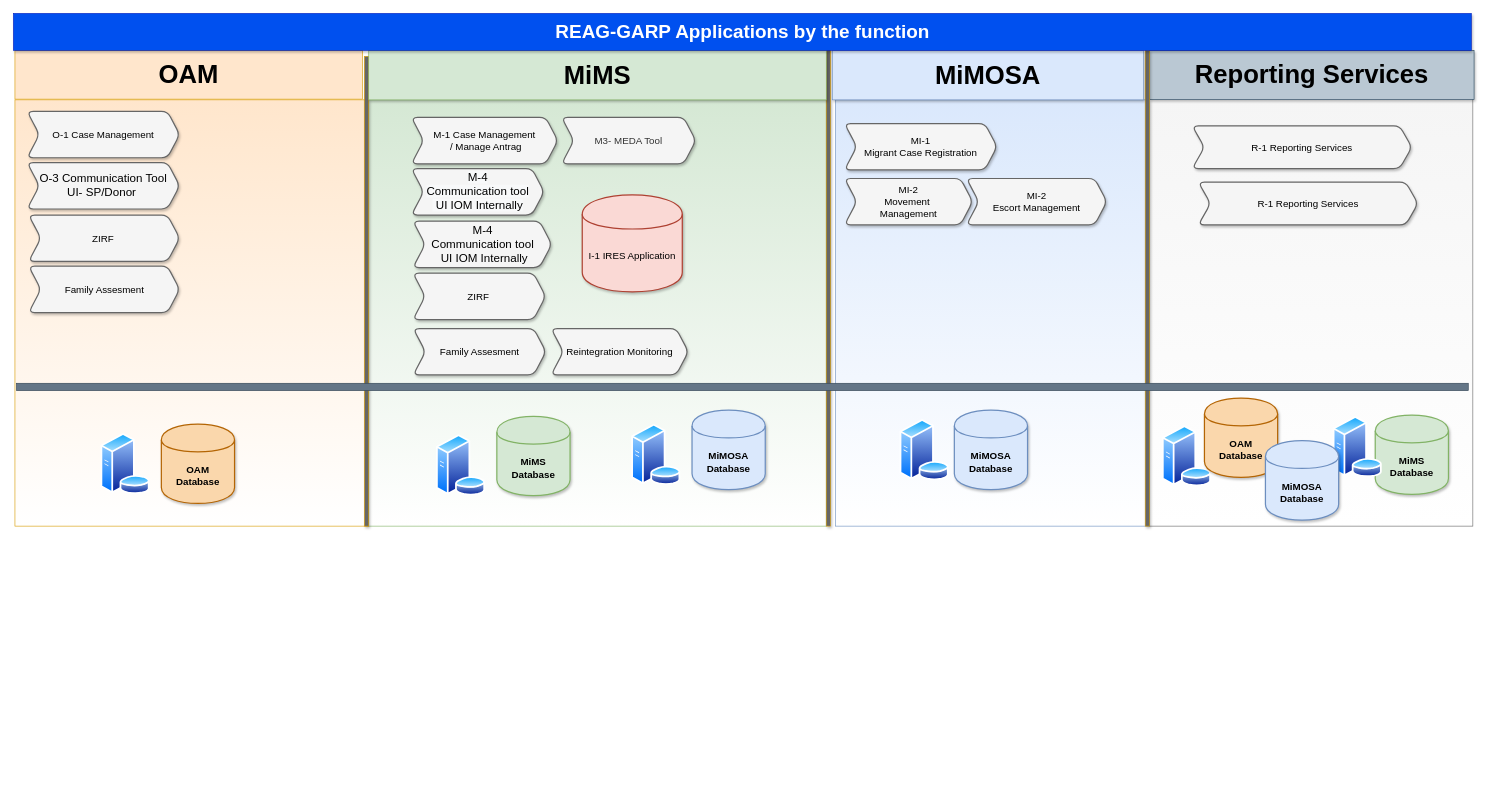
Before: page "Applications/Functions" (9 of 9) of IOM-IM-Diagram.drawio in muhip1/azure-streaminganalytics-SQLdb-PowerBi-Grafana-tutorial, a draw.io diagram. Source tidied: cells renumbered, new cells numbered last; positions are measured from the earlier drawing's top-left corner, leaving out a move shared by most shapes. Both pictures are drawn from the tidied source at 61%, with x=0, y=0 at pixel (13, 13).
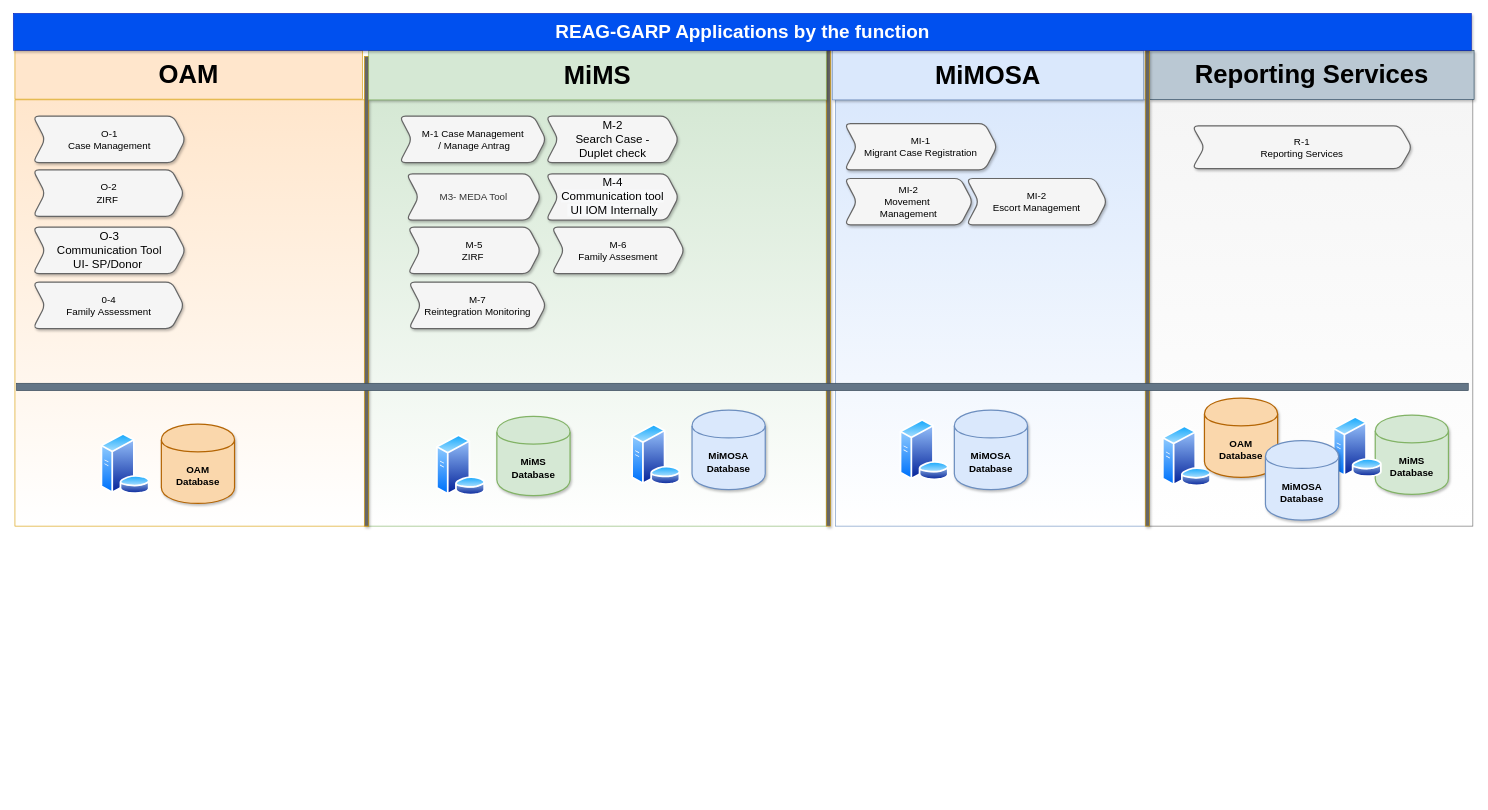
The same page after the edit.

Change to the diagram source:
```diff
@@
-    <mxCell id="14" value="&lt;span style=&quot;color: rgb(0, 0, 0); font-size: 16px;&quot;&gt;ZIRF&amp;nbsp;&lt;/span&gt;" style="shape=step;perimeter=stepPerimeter;whiteSpace=wrap;html=1;fixedSize=1;rounded=1;shadow=1;strokeColor=#666666;strokeWidth=2;fillColor=#f5f5f5;fontColor=#333333;fontSize=16;fontStyle=0;" parent="1" vertex="1">
-      <mxGeometry x="24.5" y="330" width="247.5" height="76.1" as="geometry" />
+    <mxCell id="14" value="&lt;span style=&quot;color: rgb(0 , 0 , 0) ; font-size: 16px&quot;&gt;O-2 &lt;br&gt;ZIRF&amp;nbsp;&lt;/span&gt;" style="shape=step;perimeter=stepPerimeter;whiteSpace=wrap;html=1;fixedSize=1;rounded=1;shadow=1;strokeColor=#666666;strokeWidth=2;fillColor=#f5f5f5;fontColor=#333333;fontSize=16;fontStyle=0;" parent="1" vertex="1">
+      <mxGeometry x="31.5" y="256.1" width="247.5" height="76.1" as="geometry" />
     </mxCell>
@@
-    <mxCell id="16" value="&lt;span style=&quot;font-size: 19px ; color: rgb(0 , 0 , 0)&quot;&gt;O-3 Communication Tool&lt;/span&gt;&lt;br style=&quot;font-size: 19px ; color: rgb(0 , 0 , 0)&quot;&gt;&lt;span style=&quot;font-size: 19px ; color: rgb(0 , 0 , 0)&quot;&gt;UI- SP/Donor&amp;nbsp;&lt;/span&gt;" style="shape=step;perimeter=stepPerimeter;whiteSpace=wrap;html=1;fixedSize=1;rounded=1;shadow=1;strokeColor=#666666;strokeWidth=2;fillColor=#f5f5f5;fontColor=#333333;fontSize=16;fontStyle=0;" parent="1" vertex="1">
-      <mxGeometry x="22" y="244" width="250" height="76.1" as="geometry" />
+    <mxCell id="16" value="&lt;span style=&quot;font-size: 19px ; color: rgb(0 , 0 , 0)&quot;&gt;O-3 &lt;br&gt;Communication Tool&lt;/span&gt;&lt;br style=&quot;font-size: 19px ; color: rgb(0 , 0 , 0)&quot;&gt;&lt;span style=&quot;font-size: 19px ; color: rgb(0 , 0 , 0)&quot;&gt;UI- SP/Donor&amp;nbsp;&lt;/span&gt;" style="shape=step;perimeter=stepPerimeter;whiteSpace=wrap;html=1;fixedSize=1;rounded=1;shadow=1;strokeColor=#666666;strokeWidth=2;fillColor=#f5f5f5;fontColor=#333333;fontSize=16;fontStyle=0;" parent="1" vertex="1">
+      <mxGeometry x="31.5" y="350" width="250" height="76.1" as="geometry" />
     </mxCell>
-    <mxCell id="17" value="&lt;span style=&quot;color: rgb(0, 0, 0); font-size: 16px;&quot;&gt;O-1 Case Management&lt;/span&gt;" style="shape=step;perimeter=stepPerimeter;whiteSpace=wrap;html=1;fixedSize=1;rounded=1;shadow=1;strokeColor=#666666;strokeWidth=2;fillColor=#f5f5f5;fontColor=#333333;fontSize=16;fontStyle=0;" parent="1" vertex="1">
-      <mxGeometry x="22" y="160" width="250" height="76.1" as="geometry" />
+    <mxCell id="17" value="&lt;span style=&quot;color: rgb(0 , 0 , 0) ; font-size: 16px&quot;&gt;O-1 &lt;br&gt;Case Management&lt;/span&gt;" style="shape=step;perimeter=stepPerimeter;whiteSpace=wrap;html=1;fixedSize=1;rounded=1;shadow=1;strokeColor=#666666;strokeWidth=2;fillColor=#f5f5f5;fontColor=#333333;fontSize=16;fontStyle=0;" parent="1" vertex="1">
+      <mxGeometry x="31.5" y="167.9" width="250" height="76.1" as="geometry" />
     </mxCell>
     <mxCell id="18" value="&lt;span style=&quot;color: rgb(0, 0, 0); font-size: 16px;&quot;&gt;M-1 Case Management&lt;br style=&quot;font-size: 16px;&quot;&gt;&amp;nbsp;/ Manage Antrag&lt;/span&gt;" style="shape=step;perimeter=stepPerimeter;whiteSpace=wrap;html=1;fixedSize=1;rounded=1;shadow=1;strokeColor=#666666;strokeWidth=2;fillColor=#f5f5f5;fontColor=#333333;fontSize=16;fontStyle=0;" parent="1" vertex="1">
-      <mxGeometry x="652" y="170" width="240" height="76.1" as="geometry" />
+      <mxGeometry x="632.5" y="167.9" width="240" height="76.1" as="geometry" />
     </mxCell>
-    <mxCell id="19" value="&lt;span style=&quot;color: rgb(0, 0, 0); font-size: 16px;&quot;&gt;Reintegration Monitoring&lt;/span&gt;" style="shape=step;perimeter=stepPerimeter;whiteSpace=wrap;html=1;fixedSize=1;rounded=1;shadow=1;strokeColor=#666666;strokeWidth=2;fillColor=#f5f5f5;fontColor=#333333;fontSize=16;fontStyle=0;" parent="1" vertex="1">
-      <mxGeometry x="881" y="516.1" width="225" height="76.1" as="geometry" />
+    <mxCell id="19" value="&lt;span style=&quot;color: rgb(0 , 0 , 0) ; font-size: 16px&quot;&gt;M-7&lt;br&gt;Reintegration Monitoring&lt;/span&gt;" style="shape=step;perimeter=stepPerimeter;whiteSpace=wrap;html=1;fixedSize=1;rounded=1;shadow=1;strokeColor=#666666;strokeWidth=2;fillColor=#f5f5f5;fontColor=#333333;fontSize=16;fontStyle=0;" parent="1" vertex="1">
+      <mxGeometry x="647.5" y="440" width="225" height="76.1" as="geometry" />
     </mxCell>
-    <mxCell id="20" value="&lt;span style=&quot;font-size: 19px ; font-weight: 400 ; color: rgb(0 , 0 , 0)&quot;&gt;M-4&lt;/span&gt;&lt;br style=&quot;font-size: 19px ; font-weight: 400 ; color: rgb(0 , 0 , 0)&quot;&gt;&lt;span style=&quot;font-size: 19px ; font-weight: 400 ; color: rgb(0 , 0 , 0)&quot;&gt;Communication tool&lt;/span&gt;&lt;br style=&quot;font-size: 19px ; font-weight: 400 ; color: rgb(0 , 0 , 0)&quot;&gt;&lt;span style=&quot;font-size: 19px ; font-weight: 400 ; color: rgb(0 , 0 , 0)&quot;&gt;&amp;nbsp;UI IOM Internally&lt;/span&gt;" style="shape=step;perimeter=stepPerimeter;whiteSpace=wrap;html=1;fixedSize=1;rounded=1;shadow=1;strokeColor=#666666;strokeWidth=2;fillColor=#f5f5f5;fontColor=#333333;fontSize=16;fontStyle=1;" parent="1" vertex="1">
-      <mxGeometry x="654.5" y="340" width="227.5" height="76.1" as="geometry" />
-    </mxCell>
-    <mxCell id="21" value="&lt;span style=&quot;color: rgb(0, 0, 0); font-size: 16px;&quot;&gt;ZIRF&amp;nbsp;&lt;/span&gt;" style="shape=step;perimeter=stepPerimeter;whiteSpace=wrap;html=1;fixedSize=1;rounded=1;shadow=1;strokeColor=#666666;strokeWidth=2;fillColor=#f5f5f5;fontColor=#333333;fontSize=16;fontStyle=0;" parent="1" vertex="1">
-      <mxGeometry x="654.5" y="425.3" width="217.5" height="76.1" as="geometry" />
+    <mxCell id="21" value="&lt;span style=&quot;color: rgb(0 , 0 , 0) ; font-size: 16px&quot;&gt;M-5 &lt;br&gt;ZIRF&amp;nbsp;&lt;/span&gt;" style="shape=step;perimeter=stepPerimeter;whiteSpace=wrap;html=1;fixedSize=1;rounded=1;shadow=1;strokeColor=#666666;strokeWidth=2;fillColor=#f5f5f5;fontColor=#333333;fontSize=16;fontStyle=0;" parent="1" vertex="1">
+      <mxGeometry x="646.2" y="350" width="217.5" height="76.1" as="geometry" />
     </mxCell>
     <mxCell id="22" value="&#10;&#10;&lt;span style=&quot;font-family: helvetica; font-size: 19px; font-style: normal; letter-spacing: normal; text-align: center; text-indent: 0px; text-transform: none; word-spacing: 0px; background-color: rgb(248, 249, 250); color: rgb(0, 0, 0);&quot;&gt;M-4&lt;/span&gt;&lt;br style=&quot;font-family: helvetica; font-size: 19px; font-style: normal; letter-spacing: normal; text-align: center; text-indent: 0px; text-transform: none; word-spacing: 0px; background-color: rgb(248, 249, 250); color: rgb(0, 0, 0);&quot;&gt;&lt;span style=&quot;font-family: helvetica; font-size: 19px; font-style: normal; letter-spacing: normal; text-align: center; text-indent: 0px; text-transform: none; word-spacing: 0px; background-color: rgb(248, 249, 250); color: rgb(0, 0, 0);&quot;&gt;Communication tool&lt;/span&gt;&lt;br style=&quot;font-family: helvetica; font-size: 19px; font-style: normal; letter-spacing: normal; text-align: center; text-indent: 0px; text-transform: none; word-spacing: 0px; background-color: rgb(248, 249, 250); color: rgb(0, 0, 0);&quot;&gt;&lt;span style=&quot;font-family: helvetica; font-size: 19px; font-style: normal; letter-spacing: normal; text-align: center; text-indent: 0px; text-transform: none; word-spacing: 0px; background-color: rgb(248, 249, 250); color: rgb(0, 0, 0);&quot;&gt;&amp;nbsp;UI IOM Internally&lt;/span&gt;&#10;&#10;" style="shape=step;perimeter=stepPerimeter;whiteSpace=wrap;html=1;fixedSize=1;rounded=1;shadow=1;strokeColor=#666666;strokeWidth=2;fillColor=#f5f5f5;fontColor=#333333;fontSize=16;fontStyle=0;" parent="1" vertex="1">
-      <mxGeometry x="652" y="253.9" width="217.5" height="76.1" as="geometry" />
+      <mxGeometry x="872.5" y="262.4" width="217.5" height="76.1" as="geometry" />
     </mxCell>
@@
     <mxCell id="26" value="M3- MEDA Tool" style="shape=step;perimeter=stepPerimeter;whiteSpace=wrap;html=1;fixedSize=1;rounded=1;shadow=1;strokeColor=#666666;strokeWidth=2;fillColor=#f5f5f5;fontColor=#333333;fontSize=16;fontStyle=0;" parent="1" vertex="1">
-      <mxGeometry x="898.2" y="170" width="220" height="76.1" as="geometry" />
+      <mxGeometry x="643.8" y="262.4" width="220" height="76.1" as="geometry" />
     </mxCell>
-    <mxCell id="27" value="I-1 IRES Application" style="shape=cylinder;whiteSpace=wrap;html=1;boundedLbl=1;backgroundOutline=1;rounded=1;shadow=1;fontSize=16;strokeColor=#ae4132;strokeWidth=2;fillColor=#fad9d5;fontStyle=0;" parent="1" vertex="1">
-      <mxGeometry x="932" y="296.9" width="164" height="159.1" as="geometry" />
-    </mxCell>
@@
-    <mxCell id="29" value="&lt;font color=&quot;#000000&quot; style=&quot;font-size: 16px;&quot;&gt;R-1 Reporting Services&lt;/font&gt;" style="shape=step;perimeter=stepPerimeter;whiteSpace=wrap;html=1;fixedSize=1;rounded=1;shadow=1;strokeColor=#666666;strokeWidth=2;fillColor=#f5f5f5;fontColor=#333333;fontSize=16;" parent="1" vertex="1">
+    <mxCell id="29" value="&lt;font color=&quot;#000000&quot; style=&quot;font-size: 16px&quot;&gt;R-1 &lt;br&gt;Reporting Services&lt;/font&gt;" style="shape=step;perimeter=stepPerimeter;whiteSpace=wrap;html=1;fixedSize=1;rounded=1;shadow=1;strokeColor=#666666;strokeWidth=2;fillColor=#f5f5f5;fontColor=#333333;fontSize=16;" parent="1" vertex="1">
       <mxGeometry x="1932" y="183.9" width="360" height="70" as="geometry" />
     </mxCell>
-    <mxCell id="30" value="&lt;span style=&quot;color: rgb(0, 0, 0); font-size: 16px;&quot;&gt;Family Assesment&lt;/span&gt;" style="shape=step;perimeter=stepPerimeter;whiteSpace=wrap;html=1;fixedSize=1;rounded=1;shadow=1;strokeColor=#666666;strokeWidth=2;fillColor=#f5f5f5;fontColor=#333333;fontSize=16;fontStyle=0;" parent="1" vertex="1">
-      <mxGeometry x="24.5" y="413.9" width="247.5" height="76.1" as="geometry" />
+    <mxCell id="30" value="&lt;span style=&quot;color: rgb(0 , 0 , 0) ; font-size: 16px&quot;&gt;0-4&lt;br&gt;Family&amp;nbsp;&lt;/span&gt;&lt;font color=&quot;#000000&quot;&gt;Assessment&lt;/font&gt;" style="shape=step;perimeter=stepPerimeter;whiteSpace=wrap;html=1;fixedSize=1;rounded=1;shadow=1;strokeColor=#666666;strokeWidth=2;fillColor=#f5f5f5;fontColor=#333333;fontSize=16;fontStyle=0;" parent="1" vertex="1">
+      <mxGeometry x="31.5" y="440" width="247.5" height="76.1" as="geometry" />
     </mxCell>
-    <mxCell id="31" value="&lt;span style=&quot;color: rgb(0, 0, 0); font-size: 16px;&quot;&gt;Family Assesment&lt;/span&gt;" style="shape=step;perimeter=stepPerimeter;whiteSpace=wrap;html=1;fixedSize=1;rounded=1;shadow=1;strokeColor=#666666;strokeWidth=2;fillColor=#f5f5f5;fontColor=#333333;fontSize=16;fontStyle=0;" parent="1" vertex="1">
-      <mxGeometry x="655" y="516.1" width="217.5" height="76.1" as="geometry" />
+    <mxCell id="31" value="&lt;span style=&quot;color: rgb(0 , 0 , 0) ; font-size: 16px&quot;&gt;M-6&lt;br&gt;Family Assesment&lt;/span&gt;" style="shape=step;perimeter=stepPerimeter;whiteSpace=wrap;html=1;fixedSize=1;rounded=1;shadow=1;strokeColor=#666666;strokeWidth=2;fillColor=#f5f5f5;fontColor=#333333;fontSize=16;fontStyle=0;" parent="1" vertex="1">
+      <mxGeometry x="882" y="350" width="217.5" height="76.1" as="geometry" />
     </mxCell>
@@
-    <mxCell id="36" value="&lt;font color=&quot;#000000&quot; style=&quot;font-size: 16px;&quot;&gt;R-1 Reporting Services&lt;/font&gt;" style="shape=step;perimeter=stepPerimeter;whiteSpace=wrap;html=1;fixedSize=1;rounded=1;shadow=1;strokeColor=#666666;strokeWidth=2;fillColor=#f5f5f5;fontColor=#333333;fontSize=16;" parent="1" vertex="1">
-      <mxGeometry x="1942" y="276.2" width="360" height="70" as="geometry" />
-    </mxCell>
@@
+    <mxCell id="52" value="&lt;span style=&quot;color: rgb(0 , 0 , 0) ; font-size: 19px&quot;&gt;M-2 &lt;br&gt;Search Case -&lt;/span&gt;&lt;br style=&quot;color: rgb(0 , 0 , 0) ; font-size: 19px&quot;&gt;&lt;span style=&quot;color: rgb(0 , 0 , 0) ; font-size: 19px&quot;&gt;Duplet check&lt;/span&gt;" style="shape=step;perimeter=stepPerimeter;whiteSpace=wrap;html=1;fixedSize=1;rounded=1;shadow=1;strokeColor=#666666;strokeWidth=2;fillColor=#f5f5f5;fontColor=#333333;fontSize=19;fontStyle=0;" parent="1" vertex="1">
+      <mxGeometry x="872.5" y="167.9" width="217.5" height="76.1" as="geometry" />
+    </mxCell>
```
